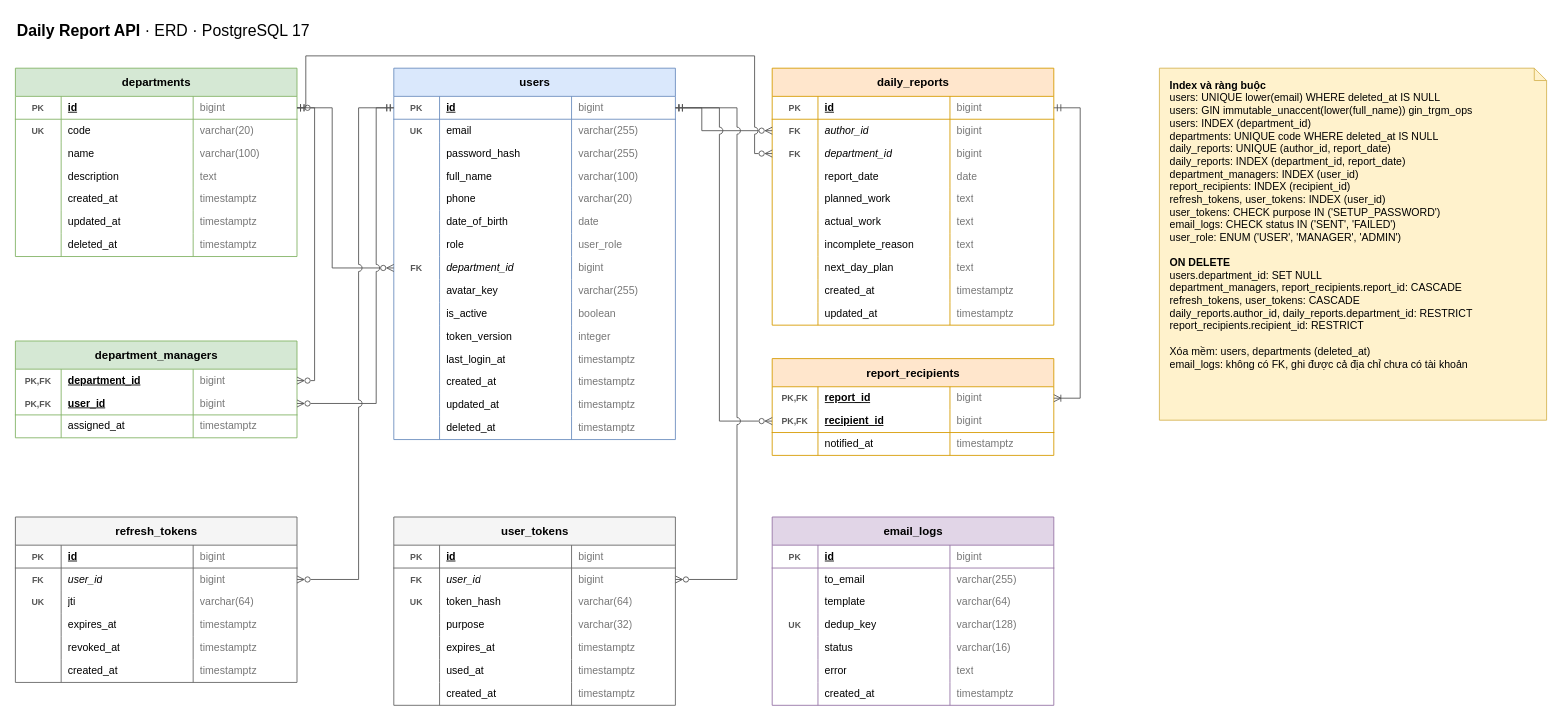
Earlier version of the draw.io diagram docs/database.drawio (awesome-academy/python-engineer26_daily-report-system-thanhld). Source tidied: cells renumbered, new cells numbered last; positions are measured from the earlier drawing's top-left corner, leaving out a move shared by most shapes. Both pictures are drawn from the tidied source at 88%, with x=0, y=0 at pixel (15, 15).
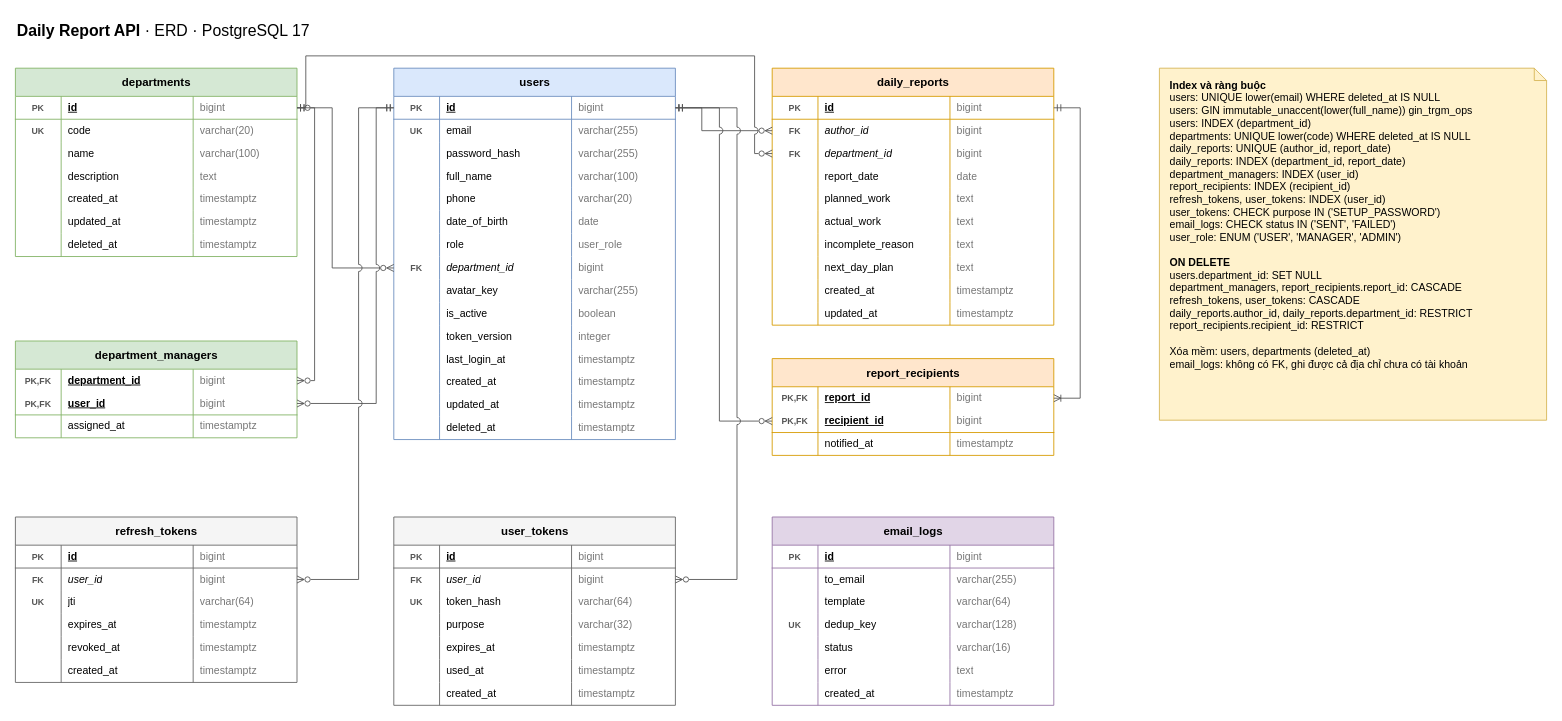
The same diagram, later.

Commit message (it also covers changes not shown here):
docs: ERD ghi unique lower(code) cho mã bộ phận

Ô ghi chú index trong database.drawio và ảnh database-erd.png còn ghi
UNIQUE code, chưa khớp index uq_departments_code_active sau review #5.

Refs #3

What changed in the source:
```diff
@@
-    <mxCell id="252" value="&lt;b&gt;Index và ràng buộc&lt;/b&gt;&lt;br&gt;users: UNIQUE lower(email) WHERE deleted_at IS NULL&lt;br&gt;users: GIN immutable_unaccent(lower(full_name)) gin_trgm_ops&lt;br&gt;users: INDEX (department_id)&lt;br&gt;departments: UNIQUE code WHERE deleted_at IS NULL&lt;br&gt;daily_reports: UNIQUE (author_id, report_date)&lt;br&gt;daily_reports: INDEX (department_id, report_date)&lt;br&gt;department_managers: INDEX (user_id)&lt;br&gt;report_recipients: INDEX (recipient_id)&lt;br&gt;refresh_tokens, user_tokens: INDEX (user_id)&lt;br&gt;user_tokens: CHECK purpose IN ('SETUP_PASSWORD')&lt;br&gt;email_logs: CHECK status IN ('SENT', 'FAILED')&lt;br&gt;user_role: ENUM ('USER', 'MANAGER', 'ADMIN')&lt;br&gt;&lt;br&gt;&lt;b&gt;ON DELETE&lt;/b&gt;&lt;br&gt;users.department_id: SET NULL&lt;br&gt;department_managers, report_recipients.report_id: CASCADE&lt;br&gt;refresh_tokens, user_tokens: CASCADE&lt;br&gt;daily_reports.author_id, daily_reports.department_id: RESTRICT&lt;br&gt;report_recipients.recipient_id: RESTRICT&lt;br&gt;&lt;br&gt;Xóa mềm: users, departments (deleted_at)&lt;br&gt;email_logs: không có FK, ghi được cả địa chỉ chưa có tài khoản" style="shape=note;whiteSpace=wrap;html=1;size=14;align=left;verticalAlign=top;spacingLeft=10;spacingTop=6;fillColor=#fff2cc;strokeColor=#d6b656;fontSize=12;" parent="1" vertex="1">
+    <mxCell id="252" value="&lt;b&gt;Index và ràng buộc&lt;/b&gt;&lt;br&gt;users: UNIQUE lower(email) WHERE deleted_at IS NULL&lt;br&gt;users: GIN immutable_unaccent(lower(full_name)) gin_trgm_ops&lt;br&gt;users: INDEX (department_id)&lt;br&gt;departments: UNIQUE lower(code) WHERE deleted_at IS NULL&lt;br&gt;daily_reports: UNIQUE (author_id, report_date)&lt;br&gt;daily_reports: INDEX (department_id, report_date)&lt;br&gt;department_managers: INDEX (user_id)&lt;br&gt;report_recipients: INDEX (recipient_id)&lt;br&gt;refresh_tokens, user_tokens: INDEX (user_id)&lt;br&gt;user_tokens: CHECK purpose IN ('SETUP_PASSWORD')&lt;br&gt;email_logs: CHECK status IN ('SENT', 'FAILED')&lt;br&gt;user_role: ENUM ('USER', 'MANAGER', 'ADMIN')&lt;br&gt;&lt;br&gt;&lt;b&gt;ON DELETE&lt;/b&gt;&lt;br&gt;users.department_id: SET NULL&lt;br&gt;department_managers, report_recipients.report_id: CASCADE&lt;br&gt;refresh_tokens, user_tokens: CASCADE&lt;br&gt;daily_reports.author_id, daily_reports.department_id: RESTRICT&lt;br&gt;report_recipients.recipient_id: RESTRICT&lt;br&gt;&lt;br&gt;Xóa mềm: users, departments (deleted_at)&lt;br&gt;email_logs: không có FK, ghi được cả địa chỉ chưa có tài khoản" style="shape=note;whiteSpace=wrap;html=1;size=14;align=left;verticalAlign=top;spacingLeft=10;spacingTop=6;fillColor=#fff2cc;strokeColor=#d6b656;fontSize=12;" parent="1" vertex="1">
       <mxGeometry x="1300" y="60" width="440" height="400" as="geometry" />
     </mxCell>
```
